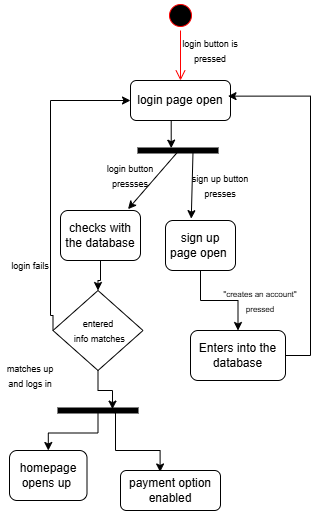
Above: Activity diagram-login.drawio.png in aditi-j25/Flight_Flow_Reservation_System (draw.io), before the change. Source tidied: cells renumbered, new cells last; positions are measured from the earlier drawing's top-left corner, leaving out a move shared by most shapes. Source of this version:
```xml
<mxGraphModel>
  <root>
    <mxCell id="0" />
    <mxCell id="1" parent="0" />
    <mxCell id="2" style="ellipse;html=1;shape=startState;fillColor=#000000;strokeColor=#ff0000;" parent="1" vertex="1">
      <mxGeometry x="165" width="30" height="30" as="geometry" />
    </mxCell>
    <mxCell id="3" style="edgeStyle=orthogonalEdgeStyle;html=1;verticalAlign=bottom;endArrow=open;endSize=8;strokeColor=#ff0000;rounded=0;entryX=0.5;entryY=0;entryDx=0;entryDy=0;" parent="1" edge="1" source="2" target="4">
      <mxGeometry relative="1" as="geometry" />
    </mxCell>
    <mxCell id="4" value="login page open" style="rounded=1;whiteSpace=wrap;html=1;" parent="1" vertex="1">
      <mxGeometry x="130" y="80" width="100" height="40" as="geometry" />
    </mxCell>
    <mxCell id="5" value="&lt;font style=&quot;font-size: 9px;&quot;&gt;login button is pressed&lt;/font&gt;" style="text;html=1;whiteSpace=wrap;strokeColor=none;fillColor=none;align=center;verticalAlign=middle;rounded=0;" parent="1" vertex="1">
      <mxGeometry x="180" y="40" width="60" height="20" as="geometry" />
    </mxCell>
    <mxCell id="6" style="edgeStyle=orthogonalEdgeStyle;rounded=0;jettySize=auto;html=1;" parent="1" edge="1" source="7" target="24">
      <mxGeometry relative="1" as="geometry" />
    </mxCell>
    <mxCell id="7" value="sign up page open&amp;nbsp;" style="rounded=1;whiteSpace=wrap;html=1;" parent="1" vertex="1">
      <mxGeometry x="165" y="220" width="70" height="50" as="geometry" />
    </mxCell>
    <mxCell id="8" style="edgeStyle=orthogonalEdgeStyle;rounded=0;jettySize=auto;html=1;exitX=0.5;exitY=1;exitDx=0;exitDy=0;entryX=0.455;entryY=0.766;entryDx=0;entryDy=0;entryPerimeter=0;" parent="1" edge="1" source="4">
      <mxGeometry relative="1" as="geometry">
        <mxPoint x="170.7" y="147.7" as="targetPoint" />
      </mxGeometry>
    </mxCell>
    <mxCell id="9" style="endArrow=classic;html=1;rounded=0;exitX=0.525;exitY=0.312;exitDx=0;exitDy=0;exitPerimeter=0;entryX=0.368;entryY=-0.037;entryDx=0;entryDy=0;entryPerimeter=0;" parent="1" edge="1" source="16" target="7">
      <mxGeometry relative="1" as="geometry" />
    </mxCell>
    <mxCell id="10" value="&lt;font style=&quot;font-size: 9px;&quot;&gt;sign up button presses&lt;/font&gt;" style="text;html=1;whiteSpace=wrap;strokeColor=none;fillColor=none;align=center;verticalAlign=middle;rounded=0;rotation=0;" parent="1" vertex="1">
      <mxGeometry x="190" y="170" width="60" height="30" as="geometry" />
    </mxCell>
    <mxCell id="11" style="endArrow=classic;html=1;rounded=0;exitX=0.825;exitY=0.506;exitDx=0;exitDy=0;exitPerimeter=0;entryX=0.844;entryY=-0.027;entryDx=0;entryDy=0;entryPerimeter=0;" parent="1" edge="1" source="16" target="12">
      <mxGeometry relative="1" as="geometry" />
    </mxCell>
    <mxCell id="12" value="checks with the database" style="rounded=1;whiteSpace=wrap;html=1;fillColor=#FFFFFF;" parent="1" vertex="1">
      <mxGeometry x="60" y="210" width="80" height="50" as="geometry" />
    </mxCell>
    <mxCell id="13" value="&lt;font style=&quot;font-size: 9px;&quot;&gt;login button pressses&lt;/font&gt;" style="text;html=1;whiteSpace=wrap;strokeColor=none;fillColor=none;align=center;verticalAlign=middle;rounded=0;" parent="1" vertex="1">
      <mxGeometry x="100" y="160" width="60" height="30" as="geometry" />
    </mxCell>
    <mxCell id="14" style="edgeStyle=orthogonalEdgeStyle;rounded=0;jettySize=auto;html=1;entryX=0;entryY=0.5;entryDx=0;entryDy=0;exitX=0;exitY=0.5;exitDx=0;exitDy=0;" parent="1" edge="1" source="28" target="4">
      <mxGeometry relative="1" as="geometry">
        <Array as="points">
          <mxPoint x="50" y="315" />
          <mxPoint x="50" y="100" />
        </Array>
      </mxGeometry>
    </mxCell>
    <mxCell id="15" value="homepage opens up&amp;nbsp;" style="rounded=1;whiteSpace=wrap;html=1;fillColor=#FFFFFF;" parent="1" vertex="1">
      <mxGeometry x="9" y="450" width="77.5" height="50" as="geometry" />
    </mxCell>
    <mxCell id="16" style="html=1;points=[];perimeter=orthogonalPerimeter;fillColor=strokeColor;rotation=90;" parent="1" vertex="1">
      <mxGeometry x="175" y="110" width="5" height="80" as="geometry" />
    </mxCell>
    <mxCell id="17" value="&lt;font style=&quot;font-size: 9px;&quot;&gt;matches up and logs in&lt;/font&gt;" style="text;html=1;whiteSpace=wrap;strokeColor=none;fillColor=none;align=center;verticalAlign=middle;rounded=0;" parent="1" vertex="1">
      <mxGeometry y="360" width="60" height="30" as="geometry" />
    </mxCell>
    <mxCell id="18" style="edgeStyle=orthogonalEdgeStyle;rounded=0;jettySize=auto;html=1;exitX=0.925;exitY=0.294;exitDx=0;exitDy=0;exitPerimeter=0;entryX=0.396;entryY=0.037;entryDx=0;entryDy=0;entryPerimeter=0;" parent="1" edge="1" source="20" target="21">
      <mxGeometry relative="1" as="geometry">
        <Array as="points">
          <mxPoint x="115" y="412" />
          <mxPoint x="115" y="450" />
          <mxPoint x="160" y="450" />
        </Array>
      </mxGeometry>
    </mxCell>
    <mxCell id="19" style="edgeStyle=orthogonalEdgeStyle;rounded=0;jettySize=auto;html=1;" parent="1" edge="1" source="20" target="15">
      <mxGeometry relative="1" as="geometry" />
    </mxCell>
    <mxCell id="20" style="html=1;points=[];perimeter=orthogonalPerimeter;fillColor=strokeColor;rotation=90;" parent="1" vertex="1">
      <mxGeometry x="95" y="370" width="5" height="80" as="geometry" />
    </mxCell>
    <mxCell id="21" value="payment option enabled" style="rounded=1;whiteSpace=wrap;html=1;" parent="1" vertex="1">
      <mxGeometry x="120" y="470" width="100" height="40" as="geometry" />
    </mxCell>
    <mxCell id="22" value="&lt;font style=&quot;font-size: 9px;&quot;&gt;login fails&lt;/font&gt;" style="text;html=1;whiteSpace=wrap;strokeColor=none;fillColor=none;align=center;verticalAlign=middle;rounded=0;" parent="1" vertex="1">
      <mxGeometry y="250" width="60" height="30" as="geometry" />
    </mxCell>
    <mxCell id="23" style="edgeStyle=orthogonalEdgeStyle;rounded=0;jettySize=auto;html=1;entryX=0.975;entryY=0.391;entryDx=0;entryDy=0;entryPerimeter=0;" parent="1" edge="1" source="24" target="4">
      <mxGeometry relative="1" as="geometry">
        <Array as="points">
          <mxPoint x="310" y="355" />
          <mxPoint x="310" y="96" />
        </Array>
      </mxGeometry>
    </mxCell>
    <mxCell id="24" value="Enters into the database" style="whiteSpace=wrap;html=1;rounded=1;" parent="1" vertex="1">
      <mxGeometry x="190" y="330" width="95" height="50" as="geometry" />
    </mxCell>
    <mxCell id="25" value="&lt;font style=&quot;font-size: 8px;&quot;&gt;&quot;creates an account&quot; pressed&lt;/font&gt;" style="text;html=1;whiteSpace=wrap;strokeColor=none;fillColor=none;align=center;verticalAlign=middle;rounded=0;" parent="1" vertex="1">
      <mxGeometry x="220" y="290" width="80" height="20" as="geometry" />
    </mxCell>
    <mxCell id="26" style="edgeStyle=orthogonalEdgeStyle;rounded=0;jettySize=auto;html=1;" parent="1" edge="1" source="12" target="28">
      <mxGeometry relative="1" as="geometry" />
    </mxCell>
    <mxCell id="27" style="edgeStyle=orthogonalEdgeStyle;rounded=0;jettySize=auto;html=1;entryX=0.225;entryY=0.319;entryDx=0;entryDy=0;entryPerimeter=0;" parent="1" edge="1" source="28" target="20">
      <mxGeometry relative="1" as="geometry" />
    </mxCell>
    <mxCell id="28" value="&lt;font style=&quot;font-size: 9px;&quot;&gt;entered&lt;/font&gt;&lt;div&gt;&lt;font style=&quot;font-size: 9px;&quot;&gt;&amp;nbsp;info matches&lt;/font&gt;&lt;/div&gt;" style="rhombus;whiteSpace=wrap;html=1;" parent="1" vertex="1">
      <mxGeometry x="52.5" y="290" width="90" height="80" as="geometry" />
    </mxCell>
  </root>
</mxGraphModel>
```
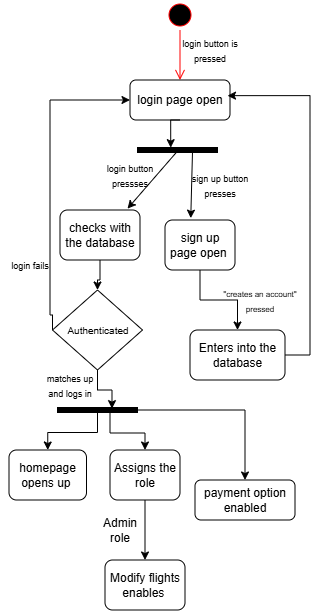
Later version of the same file.

Diff of the diagram source:
```diff
@@ -55,25 +55,27 @@
       <mxGeometry x="175" y="110" width="5" height="80" as="geometry" />
     </mxCell>
     <mxCell id="17" value="&lt;font style=&quot;font-size: 9px;&quot;&gt;matches up and logs in&lt;/font&gt;" style="text;html=1;whiteSpace=wrap;strokeColor=none;fillColor=none;align=center;verticalAlign=middle;rounded=0;" parent="1" vertex="1">
-      <mxGeometry y="360" width="60" height="30" as="geometry" />
+      <mxGeometry x="40" y="370" width="60" height="30" as="geometry" />
     </mxCell>
+    <mxCell id="19" style="edgeStyle=orthogonalEdgeStyle;rounded=0;jettySize=auto;html=1;" parent="1" edge="1" source="20" target="15">
+      <mxGeometry relative="1" as="geometry" />
+    </mxCell>
-    <mxCell id="18" style="edgeStyle=orthogonalEdgeStyle;rounded=0;jettySize=auto;html=1;exitX=0.925;exitY=0.294;exitDx=0;exitDy=0;exitPerimeter=0;entryX=0.396;entryY=0.037;entryDx=0;entryDy=0;entryPerimeter=0;" parent="1" edge="1" source="20" target="21">
-      <mxGeometry relative="1" as="geometry">
-        <Array as="points">
-          <mxPoint x="115" y="412" />
-          <mxPoint x="115" y="450" />
-          <mxPoint x="160" y="450" />
-        </Array>
-      </mxGeometry>
+    <mxCell id="18" style="edgeStyle=orthogonalEdgeStyle;rounded=0;jettySize=auto;html=1;" parent="1" edge="1" source="20" target="21">
+      <mxGeometry relative="1" as="geometry" />
     </mxCell>
-    <mxCell id="19" style="edgeStyle=orthogonalEdgeStyle;rounded=0;jettySize=auto;html=1;" parent="1" edge="1" source="20" target="15">
-      <mxGeometry relative="1" as="geometry" />
-    </mxCell>
+    <mxCell id="29" style="edgeStyle=orthogonalEdgeStyle;rounded=0;jettySize=auto;html=1;entryX=0.5;entryY=0;entryDx=0;entryDy=0;" parent="1" edge="1" source="20" target="30">
+      <mxGeometry relative="1" as="geometry">
+        <Array as="points">
+          <mxPoint x="110" y="433" />
+          <mxPoint x="145" y="433" />
+        </Array>
+      </mxGeometry>
+    </mxCell>
     <mxCell id="20" style="html=1;points=[];perimeter=orthogonalPerimeter;fillColor=strokeColor;rotation=90;" parent="1" vertex="1">
       <mxGeometry x="95" y="370" width="5" height="80" as="geometry" />
     </mxCell>
     <mxCell id="21" value="payment option enabled" style="rounded=1;whiteSpace=wrap;html=1;" parent="1" vertex="1">
-      <mxGeometry x="120" y="470" width="100" height="40" as="geometry" />
+      <mxGeometry x="195" y="480" width="100" height="40" as="geometry" />
     </mxCell>
     <mxCell id="22" value="&lt;font style=&quot;font-size: 9px;&quot;&gt;login fails&lt;/font&gt;" style="text;html=1;whiteSpace=wrap;strokeColor=none;fillColor=none;align=center;verticalAlign=middle;rounded=0;" parent="1" vertex="1">
       <mxGeometry y="250" width="60" height="30" as="geometry" />
@@ -98,8 +100,24 @@
     <mxCell id="27" style="edgeStyle=orthogonalEdgeStyle;rounded=0;jettySize=auto;html=1;entryX=0.225;entryY=0.319;entryDx=0;entryDy=0;entryPerimeter=0;" parent="1" edge="1" source="28" target="20">
       <mxGeometry relative="1" as="geometry" />
     </mxCell>
-    <mxCell id="28" value="&lt;font style=&quot;font-size: 9px;&quot;&gt;entered&lt;/font&gt;&lt;div&gt;&lt;font style=&quot;font-size: 9px;&quot;&gt;&amp;nbsp;info matches&lt;/font&gt;&lt;/div&gt;" style="rhombus;whiteSpace=wrap;html=1;" parent="1" vertex="1">
+    <mxCell id="28" value="&lt;font size=&quot;1&quot;&gt;Authenticated&lt;/font&gt;" style="rhombus;whiteSpace=wrap;html=1;" parent="1" vertex="1">
       <mxGeometry x="52.5" y="290" width="90" height="80" as="geometry" />
     </mxCell>
+    <mxCell id="30" value="Assigns the role" style="rounded=1;whiteSpace=wrap;html=1;" parent="1" vertex="1">
+      <mxGeometry x="110" y="450" width="70" height="50" as="geometry" />
+    </mxCell>
+    <mxCell id="31" style="edgeStyle=orthogonalEdgeStyle;rounded=0;jettySize=auto;html=1;" parent="1" edge="1" source="30" target="32">
+      <mxGeometry relative="1" as="geometry">
+        <Array as="points">
+          <mxPoint x="120" y="560" />
+        </Array>
+      </mxGeometry>
+    </mxCell>
+    <mxCell id="32" value="Modify flights enables&amp;nbsp;" style="rounded=1;whiteSpace=wrap;html=1;" parent="1" vertex="1">
+      <mxGeometry x="105" y="560" width="80" height="50" as="geometry" />
+    </mxCell>
+    <mxCell id="33" value="Admin role" style="text;html=1;whiteSpace=wrap;strokeColor=none;fillColor=none;align=center;verticalAlign=middle;rounded=0;" parent="1" vertex="1">
+      <mxGeometry x="110" y="515" width="20" height="30" as="geometry" />
+    </mxCell>
   </root>
 </mxGraphModel>
```
